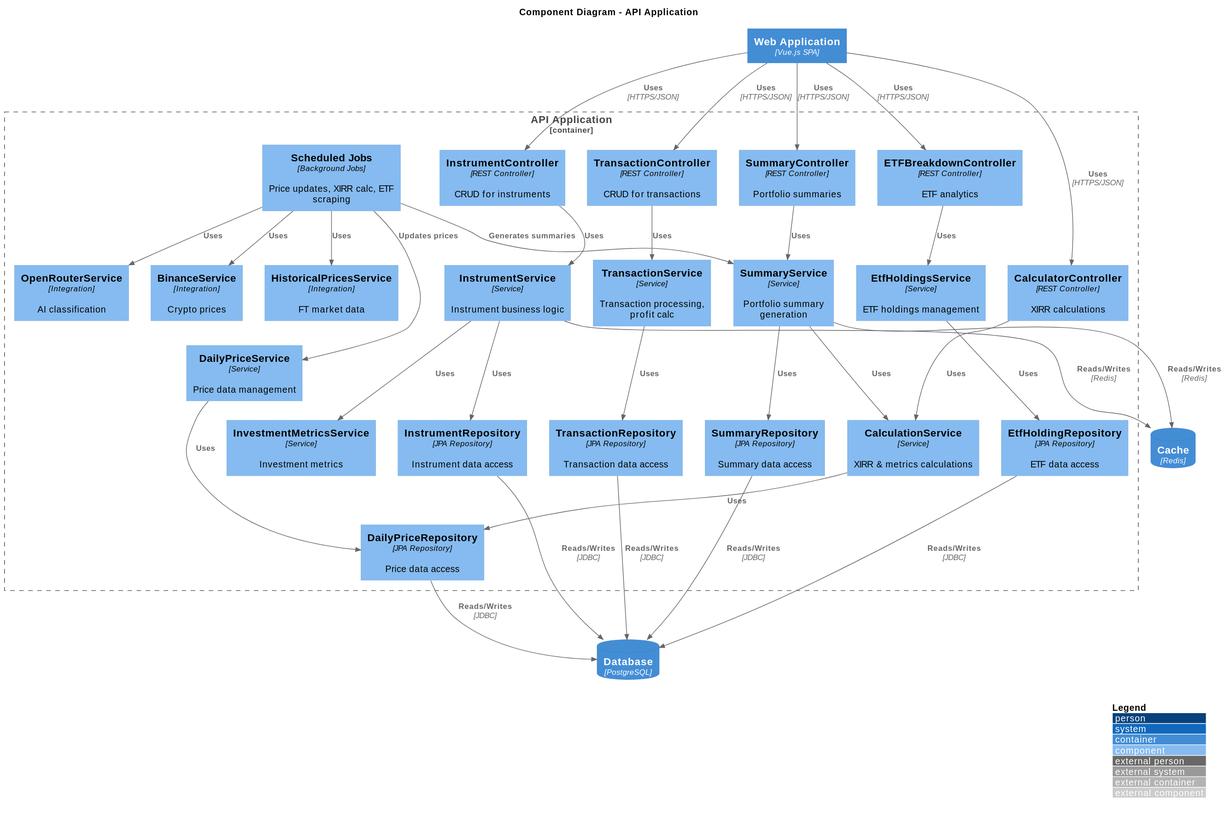
The PlantUML diagram docs/architecture/component-diagram.svg in ktenman/portfolio, before a commit. The source it was exported from:
```plantuml
@startuml
!include https://raw.githubusercontent.com/plantuml-stdlib/C4-PlantUML/master/C4_Component.puml

LAYOUT_WITH_LEGEND()

title Component Diagram - API Application

Container(web_app, "Web Application", "Vue.js SPA")

Container_Boundary(api, "API Application") {
    Component(instrument_ctrl, "InstrumentController", "REST Controller", "CRUD for instruments")
    Component(transaction_ctrl, "TransactionController", "REST Controller", "CRUD for transactions")
    Component(summary_ctrl, "SummaryController", "REST Controller", "Portfolio summaries")
    Component(etf_ctrl, "ETFBreakdownController", "REST Controller", "ETF analytics")
    Component(calc_ctrl, "CalculatorController", "REST Controller", "XIRR calculations")

    Component(instrument_svc, "InstrumentService", "Service", "Instrument business logic")
    Component(transaction_svc, "TransactionService", "Service", "Transaction processing, profit calc")
    Component(summary_svc, "SummaryService", "Service", "Portfolio summary generation")
    Component(calc_svc, "CalculationService", "Service", "XIRR & metrics calculations")
    Component(etf_svc, "EtfHoldingsService", "Service", "ETF holdings management")
    Component(metrics_svc, "InvestmentMetricsService", "Service", "Investment metrics")
    Component(price_svc, "DailyPriceService", "Service", "Price data management")

    Component(instrument_repo, "InstrumentRepository", "JPA Repository", "Instrument data access")
    Component(transaction_repo, "TransactionRepository", "JPA Repository", "Transaction data access")
    Component(price_repo, "DailyPriceRepository", "JPA Repository", "Price data access")
    Component(summary_repo, "SummaryRepository", "JPA Repository", "Summary data access")
    Component(etf_repo, "EtfHoldingRepository", "JPA Repository", "ETF data access")

    Component(binance, "BinanceService", "Integration", "Crypto prices")
    Component(ft, "HistoricalPricesService", "Integration", "FT market data")
    Component(openrouter, "OpenRouterService", "Integration", "AI classification")

    Component(jobs, "Scheduled Jobs", "Background Jobs", "Price updates, XIRR calc, ETF scraping")
}

ContainerDb(database, "Database", "PostgreSQL")
ContainerDb(cache, "Cache", "Redis")

Rel(web_app, instrument_ctrl, "Uses", "HTTPS/JSON")
Rel(web_app, transaction_ctrl, "Uses", "HTTPS/JSON")
Rel(web_app, summary_ctrl, "Uses", "HTTPS/JSON")
Rel(web_app, etf_ctrl, "Uses", "HTTPS/JSON")
Rel(web_app, calc_ctrl, "Uses", "HTTPS/JSON")

Rel(instrument_ctrl, instrument_svc, "Uses")
Rel(transaction_ctrl, transaction_svc, "Uses")
Rel(summary_ctrl, summary_svc, "Uses")
Rel(etf_ctrl, etf_svc, "Uses")
Rel(calc_ctrl, calc_svc, "Uses")

Rel(instrument_svc, instrument_repo, "Uses")
Rel(instrument_svc, metrics_svc, "Uses")
Rel(transaction_svc, transaction_repo, "Uses")
Rel(summary_svc, summary_repo, "Uses")
Rel(summary_svc, calc_svc, "Uses")
Rel(calc_svc, price_repo, "Uses")
Rel(etf_svc, etf_repo, "Uses")
Rel(price_svc, price_repo, "Uses")

Rel(jobs, binance, "Uses")
Rel(jobs, ft, "Uses")
Rel(jobs, openrouter, "Uses")
Rel(jobs, price_svc, "Updates prices")
Rel(jobs, summary_svc, "Generates summaries")

Rel(instrument_repo, database, "Reads/Writes", "JDBC")
Rel(transaction_repo, database, "Reads/Writes", "JDBC")
Rel(price_repo, database, "Reads/Writes", "JDBC")
Rel(summary_repo, database, "Reads/Writes", "JDBC")
Rel(etf_repo, database, "Reads/Writes", "JDBC")

Rel(instrument_svc, cache, "Reads/Writes", "Redis")
Rel(summary_svc, cache, "Reads/Writes", "Redis")
@enduml
```
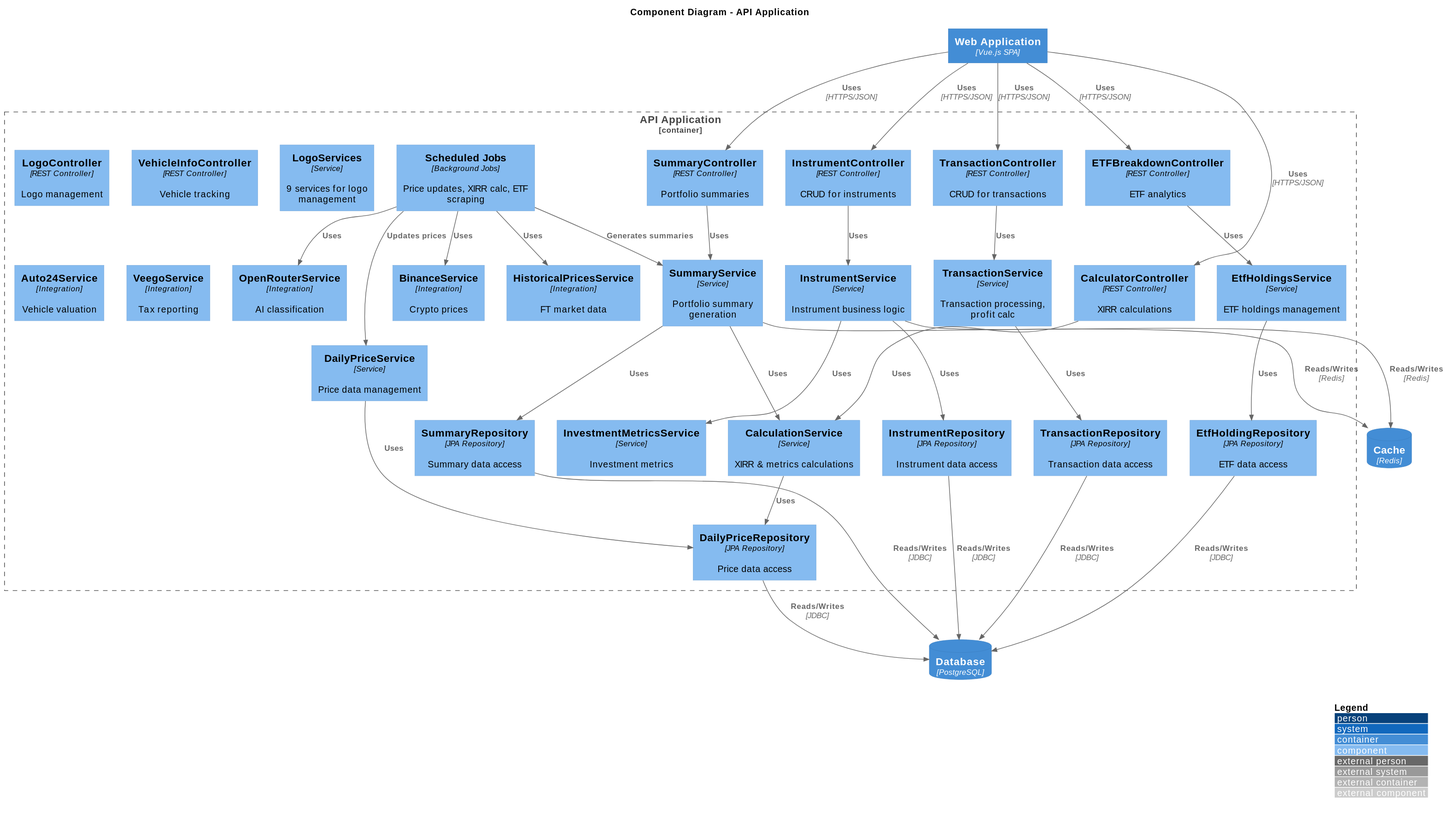
After the change.

The edit, as a diff of the source:
```diff
@@ -13,6 +13,8 @@
     Component(summary_ctrl, "SummaryController", "REST Controller", "Portfolio summaries")
     Component(etf_ctrl, "ETFBreakdownController", "REST Controller", "ETF analytics")
     Component(calc_ctrl, "CalculatorController", "REST Controller", "XIRR calculations")
+    Component(logo_ctrl, "LogoController", "REST Controller", "Logo management")
+    Component(vehicle_ctrl, "VehicleInfoController", "REST Controller", "Vehicle tracking")
 
     Component(instrument_svc, "InstrumentService", "Service", "Instrument business logic")
     Component(transaction_svc, "TransactionService", "Service", "Transaction processing, profit calc")
@@ -31,6 +33,9 @@
     Component(binance, "BinanceService", "Integration", "Crypto prices")
     Component(ft, "HistoricalPricesService", "Integration", "FT market data")
     Component(openrouter, "OpenRouterService", "Integration", "AI classification")
+    Component(logo_svc, "LogoServices", "Service", "9 services for logo management")
+    Component(auto24, "Auto24Service", "Integration", "Vehicle valuation")
+    Component(veego, "VeegoService", "Integration", "Tax reporting")
 
     Component(jobs, "Scheduled Jobs", "Background Jobs", "Price updates, XIRR calc, ETF scraping")
 }
```
